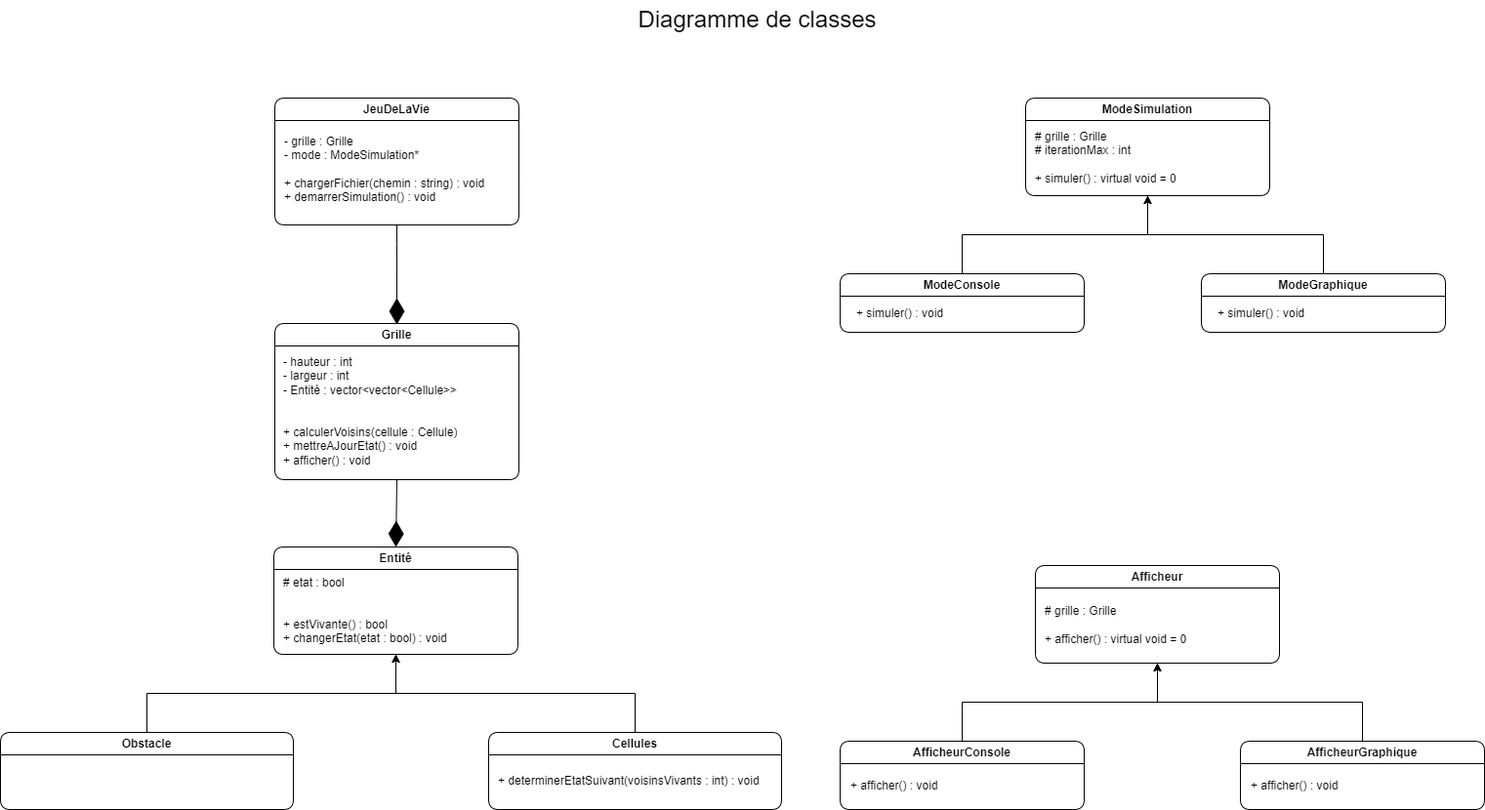
Doggo785/ConwayGoL keeps this draw.io diagram as Diagrams/Diagrammes-Diagramme de classes.png. Above is the earlier version. Source tidied: cells renumbered, new cells last; positions are measured from the earlier drawing's top-left corner, leaving out a move shared by most shapes.
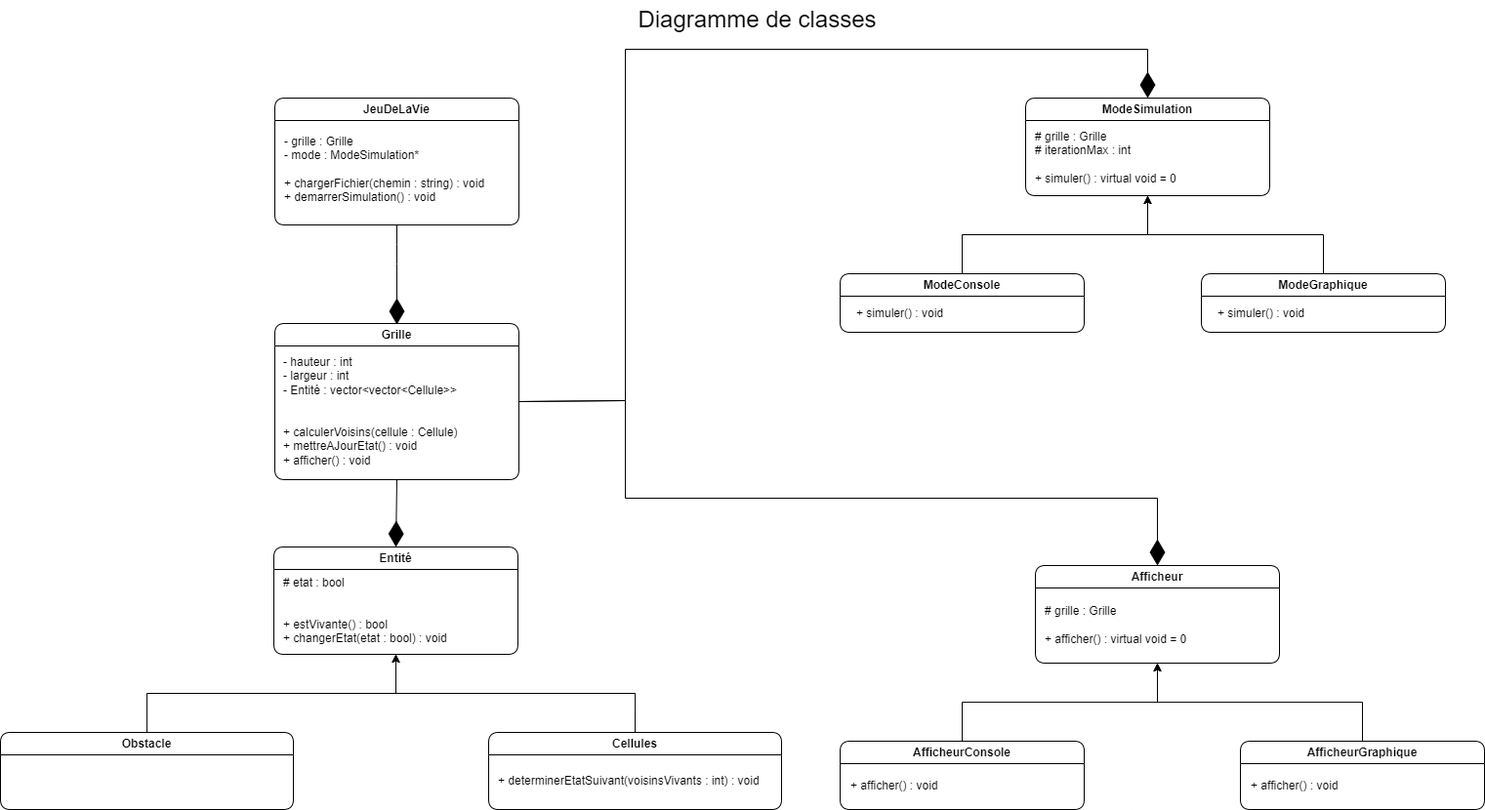
Later version of the same file.

Commit message:
Verification des diagrammes avec tuteur

Diff of the diagram source:
```diff
@@ -98,5 +98,24 @@
     <mxCell id="31" value="&lt;div&gt;&lt;font style=&quot;font-size: 24px;&quot;&gt;Diagramme de classes&lt;/font&gt;&lt;/div&gt;" style="text;html=1;align=center;verticalAlign=middle;strokeColor=none;fillColor=none;" parent="1" vertex="1">
       <mxGeometry x="640" width="270" height="40" as="geometry" />
     </mxCell>
+    <mxCell id="32" style="endArrow=diamondThin;endFill=1;endSize=24;html=1;rounded=0;entryX=0.5;entryY=0;entryDx=0;entryDy=0;exitX=1;exitY=0.5;exitDx=0;exitDy=0;" parent="1" edge="1" source="2" target="19">
+      <mxGeometry relative="1" as="geometry">
+        <Array as="points">
+          <mxPoint x="640" y="410" />
+          <mxPoint x="640" y="50" />
+          <mxPoint x="1175" y="50" />
+        </Array>
+      </mxGeometry>
+    </mxCell>
+    <mxCell id="33" style="endArrow=diamondThin;endFill=1;endSize=24;html=1;rounded=0;entryX=0.5;entryY=0;entryDx=0;entryDy=0;exitX=1;exitY=0.5;exitDx=0;exitDy=0;" parent="1" edge="1" target="11">
+      <mxGeometry relative="1" as="geometry">
+        <mxPoint x="531" y="411" as="sourcePoint" />
+        <Array as="points">
+          <mxPoint x="640" y="410" />
+          <mxPoint x="640" y="510" />
+          <mxPoint x="1185" y="510" />
+        </Array>
+      </mxGeometry>
+    </mxCell>
   </root>
 </mxGraphModel>
```
